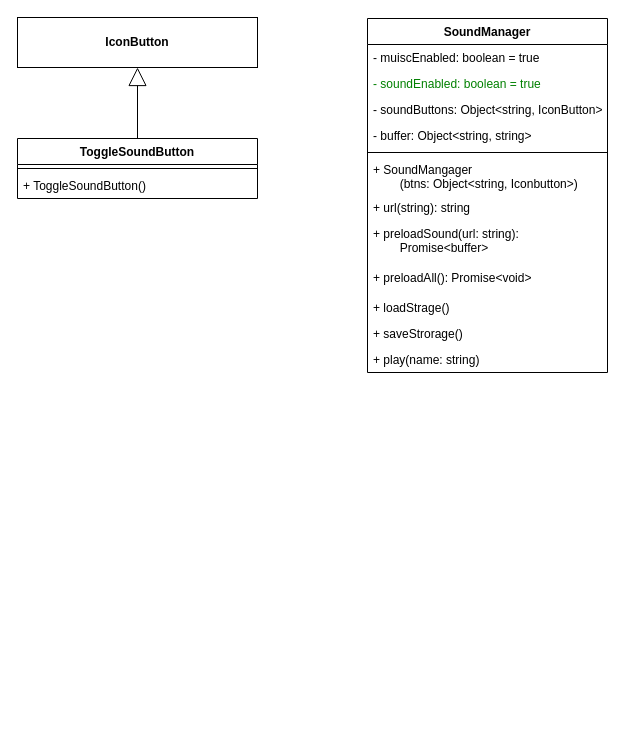
Earlier version of the draw.io diagram docs/issue/87-diagram.drawio (elma1989/sharkie). Source tidied: cells renumbered, new cells numbered last; positions are measured from the earlier drawing's top-left corner, leaving out a move shared by most shapes. Both pictures are drawn from the tidied source at 100%, with x=0, y=0 at pixel (17, 17).
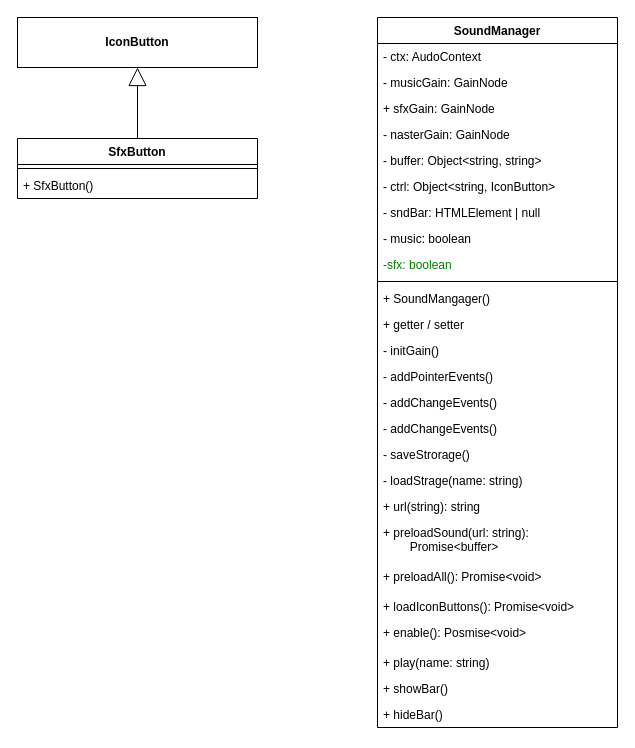
The same page after the edit.

Commit message (it also covers changes not shown here):
doc: SfxButton, SoundManger

Diff of the diagram source:
```diff
@@
-    <mxCell id="2" value="SoundManager" style="swimlane;fontStyle=1;align=center;verticalAlign=top;horizontal=1;startSize=26;whiteSpace=wrap;html=1;" parent="1" vertex="1">
-      <mxGeometry x="350" y="1" width="240" height="354" as="geometry" />
-    </mxCell>
-    <mxCell id="3" value="- muiscEnabled: boolean = true" style="text;strokeColor=none;fillColor=none;align=left;verticalAlign=top;spacingLeft=4;spacingRight=4;overflow=hidden;whiteSpace=wrap;html=1;fontStyle=0;fontColor=default;" parent="2" vertex="1">
-      <mxGeometry y="26" width="240" height="26" as="geometry" />
-    </mxCell>
-    <mxCell id="4" value="- soundEnabled: boolean = true" style="text;strokeColor=none;fillColor=none;align=left;verticalAlign=top;spacingLeft=4;spacingRight=4;overflow=hidden;whiteSpace=wrap;html=1;fontStyle=0;fontColor=light-dark(#008000,#80FF80);" parent="2" vertex="1">
-      <mxGeometry y="52" width="240" height="26" as="geometry" />
-    </mxCell>
-    <mxCell id="5" value="- soundButtons: Object&amp;lt;string, IconButton&amp;gt;" style="text;strokeColor=none;fillColor=none;align=left;verticalAlign=top;spacingLeft=4;spacingRight=4;overflow=hidden;whiteSpace=wrap;html=1;fontStyle=0;fontColor=default;" parent="2" vertex="1">
-      <mxGeometry y="78" width="240" height="26" as="geometry" />
-    </mxCell>
-    <mxCell id="6" value="- buffer: Object&amp;lt;string, string&amp;gt;" style="text;strokeColor=none;fillColor=none;align=left;verticalAlign=top;spacingLeft=4;spacingRight=4;overflow=hidden;whiteSpace=wrap;html=1;fontStyle=0;" parent="2" vertex="1">
-      <mxGeometry y="104" width="240" height="26" as="geometry" />
-    </mxCell>
-    <mxCell id="7" style="line;strokeWidth=1;fillColor=none;align=left;verticalAlign=middle;spacingTop=-1;spacingLeft=3;spacingRight=3;labelPosition=right;strokeColor=inherit;" parent="2" vertex="1">
-      <mxGeometry y="130" width="240" height="8" as="geometry" />
-    </mxCell>
-    <mxCell id="8" value="+ SoundMangager&lt;div&gt;&lt;span style=&quot;white-space: pre;&quot;&gt;&#9;&lt;/span&gt;(btns: Object&amp;lt;string, Iconbutton&amp;gt;)&lt;/div&gt;" style="text;strokeColor=none;fillColor=none;align=left;verticalAlign=top;spacingLeft=4;spacingRight=4;overflow=hidden;whiteSpace=wrap;html=1;fontStyle=0;fontColor=default;" parent="2" vertex="1">
-      <mxGeometry y="138" width="240" height="38" as="geometry" />
-    </mxCell>
-    <mxCell id="9" value="+ url(string): string" style="text;strokeColor=none;fillColor=none;align=left;verticalAlign=top;spacingLeft=4;spacingRight=4;overflow=hidden;whiteSpace=wrap;html=1;fontStyle=0;" parent="2" vertex="1">
-      <mxGeometry y="176" width="240" height="26" as="geometry" />
-    </mxCell>
-    <mxCell id="10" value="+ preloadSound(&lt;span style=&quot;background-color: transparent; color: light-dark(rgb(0, 0, 0), rgb(255, 255, 255));&quot;&gt;url: string): &lt;span style=&quot;white-space: pre;&quot;&gt;&#9;&lt;/span&gt;Promise&amp;lt;buffer&amp;gt;&lt;/span&gt;" style="text;strokeColor=none;fillColor=none;align=left;verticalAlign=top;spacingLeft=4;spacingRight=4;overflow=hidden;whiteSpace=wrap;html=1;fontStyle=0;" parent="2" vertex="1">
-      <mxGeometry y="202" width="240" height="44" as="geometry" />
-    </mxCell>
-    <mxCell id="11" value="+ preloadAll(): Promise&amp;lt;void&amp;gt;" style="text;strokeColor=none;fillColor=none;align=left;verticalAlign=top;spacingLeft=4;spacingRight=4;overflow=hidden;whiteSpace=wrap;html=1;fontStyle=0;" parent="2" vertex="1">
-      <mxGeometry y="246" width="240" height="30" as="geometry" />
-    </mxCell>
-    <mxCell id="12" value="+ loadStrage()" style="text;strokeColor=none;fillColor=none;align=left;verticalAlign=top;spacingLeft=4;spacingRight=4;overflow=hidden;whiteSpace=wrap;html=1;fontStyle=0;fontColor=default;" parent="2" vertex="1">
-      <mxGeometry y="276" width="240" height="26" as="geometry" />
-    </mxCell>
-    <mxCell id="13" value="+ saveStrorage()" style="text;strokeColor=none;fillColor=none;align=left;verticalAlign=top;spacingLeft=4;spacingRight=4;overflow=hidden;whiteSpace=wrap;html=1;fontStyle=0;fontColor=default;" parent="2" vertex="1">
-      <mxGeometry y="302" width="240" height="26" as="geometry" />
-    </mxCell>
-    <mxCell id="14" value="+ play(name: string)" style="text;strokeColor=none;fillColor=none;align=left;verticalAlign=top;spacingLeft=4;spacingRight=4;overflow=hidden;whiteSpace=wrap;html=1;fontStyle=0;" parent="2" vertex="1">
-      <mxGeometry y="328" width="240" height="26" as="geometry" />
-    </mxCell>
@@
-    <mxCell id="16" value="ToggleSoundButton" style="swimlane;fontStyle=1;align=center;verticalAlign=top;horizontal=1;startSize=26;whiteSpace=wrap;html=1;" parent="1" vertex="1">
+    <mxCell id="16" value="SfxButton" style="swimlane;fontStyle=1;align=center;verticalAlign=top;horizontal=1;startSize=26;whiteSpace=wrap;html=1;" parent="1" vertex="1">
       <mxGeometry y="121" width="240" height="60" as="geometry" />
     </mxCell>
@@
-    <mxCell id="18" value="+ ToggleSoundButton()" style="text;strokeColor=none;fillColor=none;align=left;verticalAlign=top;spacingLeft=4;spacingRight=4;overflow=hidden;whiteSpace=wrap;html=1;" parent="16" vertex="1">
+    <mxCell id="18" value="+ SfxButton()" style="text;strokeColor=none;fillColor=none;align=left;verticalAlign=top;spacingLeft=4;spacingRight=4;overflow=hidden;whiteSpace=wrap;html=1;" parent="16" vertex="1">
       <mxGeometry y="34" width="240" height="26" as="geometry" />
     </mxCell>
@@
+    <mxCell id="2" value="SoundManager" style="swimlane;fontStyle=1;align=center;verticalAlign=top;horizontal=1;startSize=26;whiteSpace=wrap;html=1;" parent="1" vertex="1">
+      <mxGeometry x="360" width="240" height="710" as="geometry" />
+    </mxCell>
+    <mxCell id="20" value="- ctx: AudoContext" style="text;strokeColor=none;fillColor=none;align=left;verticalAlign=top;spacingLeft=4;spacingRight=4;overflow=hidden;whiteSpace=wrap;html=1;fontStyle=0;" parent="2" vertex="1">
+      <mxGeometry y="26" width="240" height="26" as="geometry" />
+    </mxCell>
+    <mxCell id="21" value="- musicGain: GainNode" style="text;strokeColor=none;fillColor=none;align=left;verticalAlign=top;spacingLeft=4;spacingRight=4;overflow=hidden;whiteSpace=wrap;html=1;fontStyle=0;" parent="2" vertex="1">
+      <mxGeometry y="52" width="240" height="26" as="geometry" />
+    </mxCell>
+    <mxCell id="22" value="+ sfxGain: GainNode" style="text;strokeColor=none;fillColor=none;align=left;verticalAlign=top;spacingLeft=4;spacingRight=4;overflow=hidden;whiteSpace=wrap;html=1;fontStyle=0;fontColor=default;" parent="2" vertex="1">
+      <mxGeometry y="78" width="240" height="26" as="geometry" />
+    </mxCell>
+    <mxCell id="23" value="- nasterGain: GainNode" style="text;strokeColor=none;fillColor=none;align=left;verticalAlign=top;spacingLeft=4;spacingRight=4;overflow=hidden;whiteSpace=wrap;html=1;fontStyle=0;" parent="2" vertex="1">
+      <mxGeometry y="104" width="240" height="26" as="geometry" />
+    </mxCell>
+    <mxCell id="6" value="- buffer: Object&amp;lt;string, string&amp;gt;" style="text;strokeColor=none;fillColor=none;align=left;verticalAlign=top;spacingLeft=4;spacingRight=4;overflow=hidden;whiteSpace=wrap;html=1;fontStyle=0;" parent="2" vertex="1">
+      <mxGeometry y="130" width="240" height="26" as="geometry" />
+    </mxCell>
+    <mxCell id="24" value="- ctrl: Object&amp;lt;string, IconButton&amp;gt;" style="text;strokeColor=none;fillColor=none;align=left;verticalAlign=top;spacingLeft=4;spacingRight=4;overflow=hidden;whiteSpace=wrap;html=1;fontStyle=0;fontColor=default;" parent="2" vertex="1">
+      <mxGeometry y="156" width="240" height="26" as="geometry" />
+    </mxCell>
+    <mxCell id="25" value="- sndBar: HTMLElement | null" style="text;strokeColor=none;fillColor=none;align=left;verticalAlign=top;spacingLeft=4;spacingRight=4;overflow=hidden;whiteSpace=wrap;html=1;fontStyle=0;fontColor=default;" parent="2" vertex="1">
+      <mxGeometry y="182" width="240" height="26" as="geometry" />
+    </mxCell>
+    <mxCell id="26" value="- music: boolean" style="text;strokeColor=none;fillColor=none;align=left;verticalAlign=top;spacingLeft=4;spacingRight=4;overflow=hidden;whiteSpace=wrap;html=1;fontStyle=0;fontColor=default;" parent="2" vertex="1">
+      <mxGeometry y="208" width="240" height="26" as="geometry" />
+    </mxCell>
+    <mxCell id="27" value="-sfx: boolean" style="text;strokeColor=none;fillColor=none;align=left;verticalAlign=top;spacingLeft=4;spacingRight=4;overflow=hidden;whiteSpace=wrap;html=1;fontStyle=0;fontColor=light-dark(#008000,#80FF80);" parent="2" vertex="1">
+      <mxGeometry y="234" width="240" height="26" as="geometry" />
+    </mxCell>
+    <mxCell id="28" style="line;strokeWidth=1;fillColor=none;align=left;verticalAlign=middle;spacingTop=-1;spacingLeft=3;spacingRight=3;labelPosition=right;strokeColor=inherit;" parent="2" vertex="1">
+      <mxGeometry y="260" width="240" height="8" as="geometry" />
+    </mxCell>
+    <mxCell id="29" value="+ SoundMangager&lt;span style=&quot;background-color: transparent;&quot;&gt;()&lt;/span&gt;" style="text;strokeColor=none;fillColor=none;align=left;verticalAlign=top;spacingLeft=4;spacingRight=4;overflow=hidden;whiteSpace=wrap;html=1;fontStyle=0;fontColor=default;" parent="2" vertex="1">
+      <mxGeometry y="268" width="240" height="26" as="geometry" />
+    </mxCell>
+    <mxCell id="30" value="+ getter / setter" style="text;strokeColor=none;fillColor=none;align=left;verticalAlign=top;spacingLeft=4;spacingRight=4;overflow=hidden;whiteSpace=wrap;html=1;fontStyle=0;fontColor=default;" parent="2" vertex="1">
+      <mxGeometry y="294" width="240" height="26" as="geometry" />
+    </mxCell>
+    <mxCell id="31" value="- initGain()" style="text;strokeColor=none;fillColor=none;align=left;verticalAlign=top;spacingLeft=4;spacingRight=4;overflow=hidden;whiteSpace=wrap;html=1;fontStyle=0;fontColor=default;" parent="2" vertex="1">
+      <mxGeometry y="320" width="240" height="26" as="geometry" />
+    </mxCell>
+    <mxCell id="32" value="- addPointerEvents()" style="text;strokeColor=none;fillColor=none;align=left;verticalAlign=top;spacingLeft=4;spacingRight=4;overflow=hidden;whiteSpace=wrap;html=1;fontStyle=0;fontColor=default;" parent="2" vertex="1">
+      <mxGeometry y="346" width="240" height="26" as="geometry" />
+    </mxCell>
+    <mxCell id="33" value="- addChangeEvents()" style="text;strokeColor=none;fillColor=none;align=left;verticalAlign=top;spacingLeft=4;spacingRight=4;overflow=hidden;whiteSpace=wrap;html=1;fontStyle=0;fontColor=default;" parent="2" vertex="1">
+      <mxGeometry y="372" width="240" height="26" as="geometry" />
+    </mxCell>
+    <mxCell id="34" value="- addChangeEvents()" style="text;strokeColor=none;fillColor=none;align=left;verticalAlign=top;spacingLeft=4;spacingRight=4;overflow=hidden;whiteSpace=wrap;html=1;fontStyle=0;fontColor=default;" parent="2" vertex="1">
+      <mxGeometry y="398" width="240" height="26" as="geometry" />
+    </mxCell>
+    <mxCell id="35" value="- saveStrorage()" style="text;strokeColor=none;fillColor=none;align=left;verticalAlign=top;spacingLeft=4;spacingRight=4;overflow=hidden;whiteSpace=wrap;html=1;fontStyle=0;fontColor=default;" parent="2" vertex="1">
+      <mxGeometry y="424" width="240" height="26" as="geometry" />
+    </mxCell>
+    <mxCell id="36" value="- loadStrage(name: string)" style="text;strokeColor=none;fillColor=none;align=left;verticalAlign=top;spacingLeft=4;spacingRight=4;overflow=hidden;whiteSpace=wrap;html=1;fontStyle=0;fontColor=default;" parent="2" vertex="1">
+      <mxGeometry y="450" width="240" height="26" as="geometry" />
+    </mxCell>
+    <mxCell id="9" value="+ url(string): string" style="text;strokeColor=none;fillColor=none;align=left;verticalAlign=top;spacingLeft=4;spacingRight=4;overflow=hidden;whiteSpace=wrap;html=1;fontStyle=0;" parent="2" vertex="1">
+      <mxGeometry y="476" width="240" height="26" as="geometry" />
+    </mxCell>
+    <mxCell id="10" value="+ preloadSound(&lt;span style=&quot;background-color: transparent; color: light-dark(rgb(0, 0, 0), rgb(255, 255, 255));&quot;&gt;url: string): &lt;span style=&quot;white-space: pre;&quot;&gt;&#9;&lt;/span&gt;Promise&amp;lt;buffer&amp;gt;&lt;/span&gt;" style="text;strokeColor=none;fillColor=none;align=left;verticalAlign=top;spacingLeft=4;spacingRight=4;overflow=hidden;whiteSpace=wrap;html=1;fontStyle=0;" parent="2" vertex="1">
+      <mxGeometry y="502" width="240" height="44" as="geometry" />
+    </mxCell>
+    <mxCell id="11" value="+ preloadAll(): Promise&amp;lt;void&amp;gt;" style="text;strokeColor=none;fillColor=none;align=left;verticalAlign=top;spacingLeft=4;spacingRight=4;overflow=hidden;whiteSpace=wrap;html=1;fontStyle=0;" parent="2" vertex="1">
+      <mxGeometry y="546" width="240" height="30" as="geometry" />
+    </mxCell>
+    <mxCell id="37" value="+ loadIconButtons(): Promise&amp;lt;void&amp;gt;" style="text;strokeColor=none;fillColor=none;align=left;verticalAlign=top;spacingLeft=4;spacingRight=4;overflow=hidden;whiteSpace=wrap;html=1;fontStyle=0;fontColor=default;" parent="2" vertex="1">
+      <mxGeometry y="576" width="240" height="26" as="geometry" />
+    </mxCell>
+    <mxCell id="38" value="+ enable(): Posmise&amp;lt;void&amp;gt;" style="text;strokeColor=none;fillColor=none;align=left;verticalAlign=top;spacingLeft=4;spacingRight=4;overflow=hidden;whiteSpace=wrap;html=1;fontStyle=0;" parent="2" vertex="1">
+      <mxGeometry y="602" width="240" height="30" as="geometry" />
+    </mxCell>
+    <mxCell id="14" value="+ play(name: string)" style="text;strokeColor=none;fillColor=none;align=left;verticalAlign=top;spacingLeft=4;spacingRight=4;overflow=hidden;whiteSpace=wrap;html=1;fontStyle=0;" parent="2" vertex="1">
+      <mxGeometry y="632" width="240" height="26" as="geometry" />
+    </mxCell>
+    <mxCell id="39" value="+ showBar()" style="text;strokeColor=none;fillColor=none;align=left;verticalAlign=top;spacingLeft=4;spacingRight=4;overflow=hidden;whiteSpace=wrap;html=1;fontStyle=0;fontColor=default;" parent="2" vertex="1">
+      <mxGeometry y="658" width="240" height="26" as="geometry" />
+    </mxCell>
+    <mxCell id="40" value="+ hideBar()" style="text;strokeColor=none;fillColor=none;align=left;verticalAlign=top;spacingLeft=4;spacingRight=4;overflow=hidden;whiteSpace=wrap;html=1;fontStyle=0;fontColor=default;" parent="2" vertex="1">
+      <mxGeometry y="684" width="240" height="26" as="geometry" />
+    </mxCell>
```
